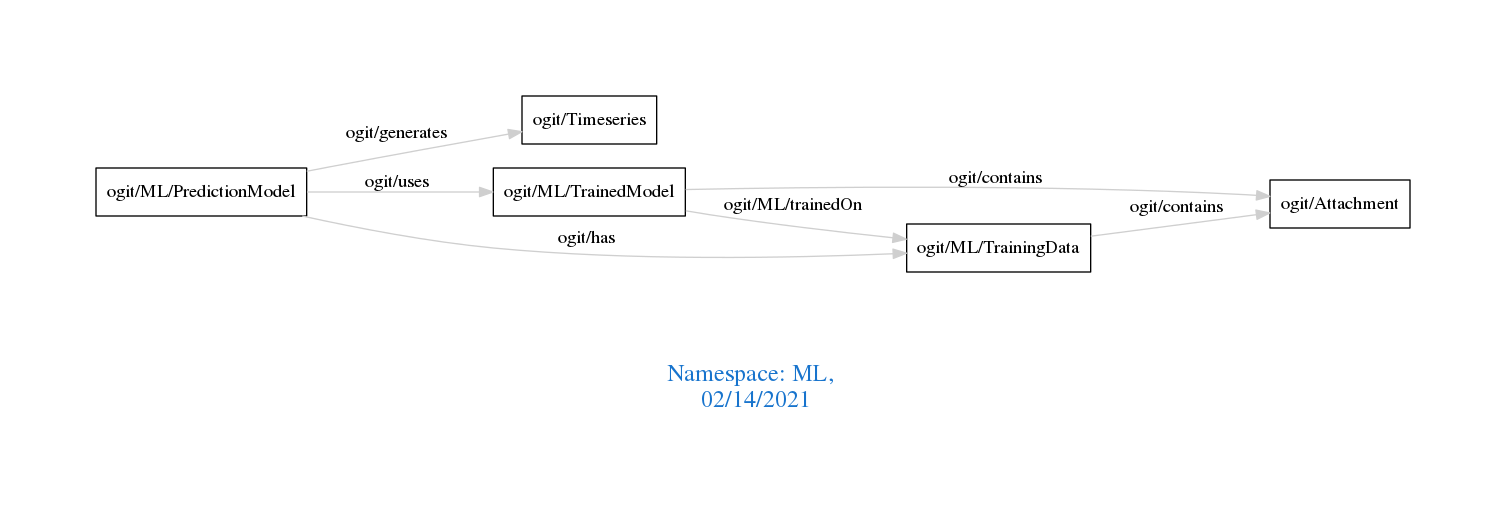
This is downloads/ML.png from arago/OGIT, a Graphviz export, as it was before one commit. Its source is kept beside it as downloads/ML.dot.
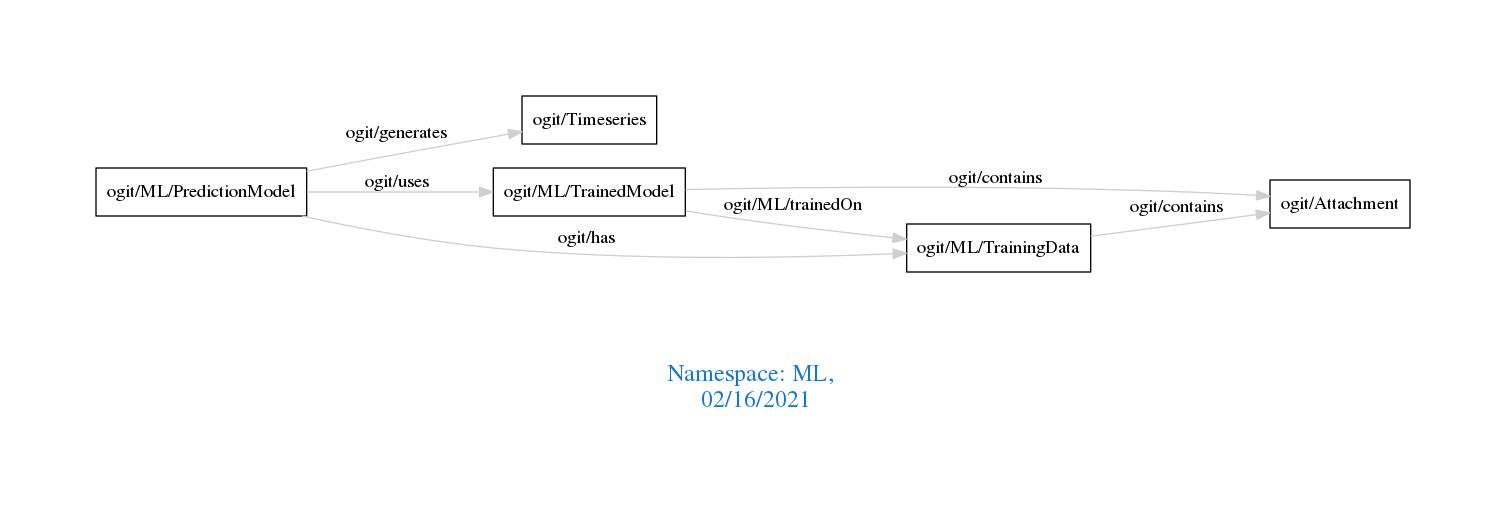
After the commit.

The edit, as a diff of the source:
```diff
@@ -1,7 +1,7 @@
 digraph OGIT_ontology {
  graph [ rankdir= LR,pad=1
 fontsize = 18,
-fontcolor= dodgerblue3,label = "\n\n\nNamespace: ML, \n 02/14/2021"];
+fontcolor= dodgerblue3,label = "\n\n\nNamespace: ML, \n 02/16/2021"];
 node[shape=polygon];
 edge [  color="gray81"];
 
```
